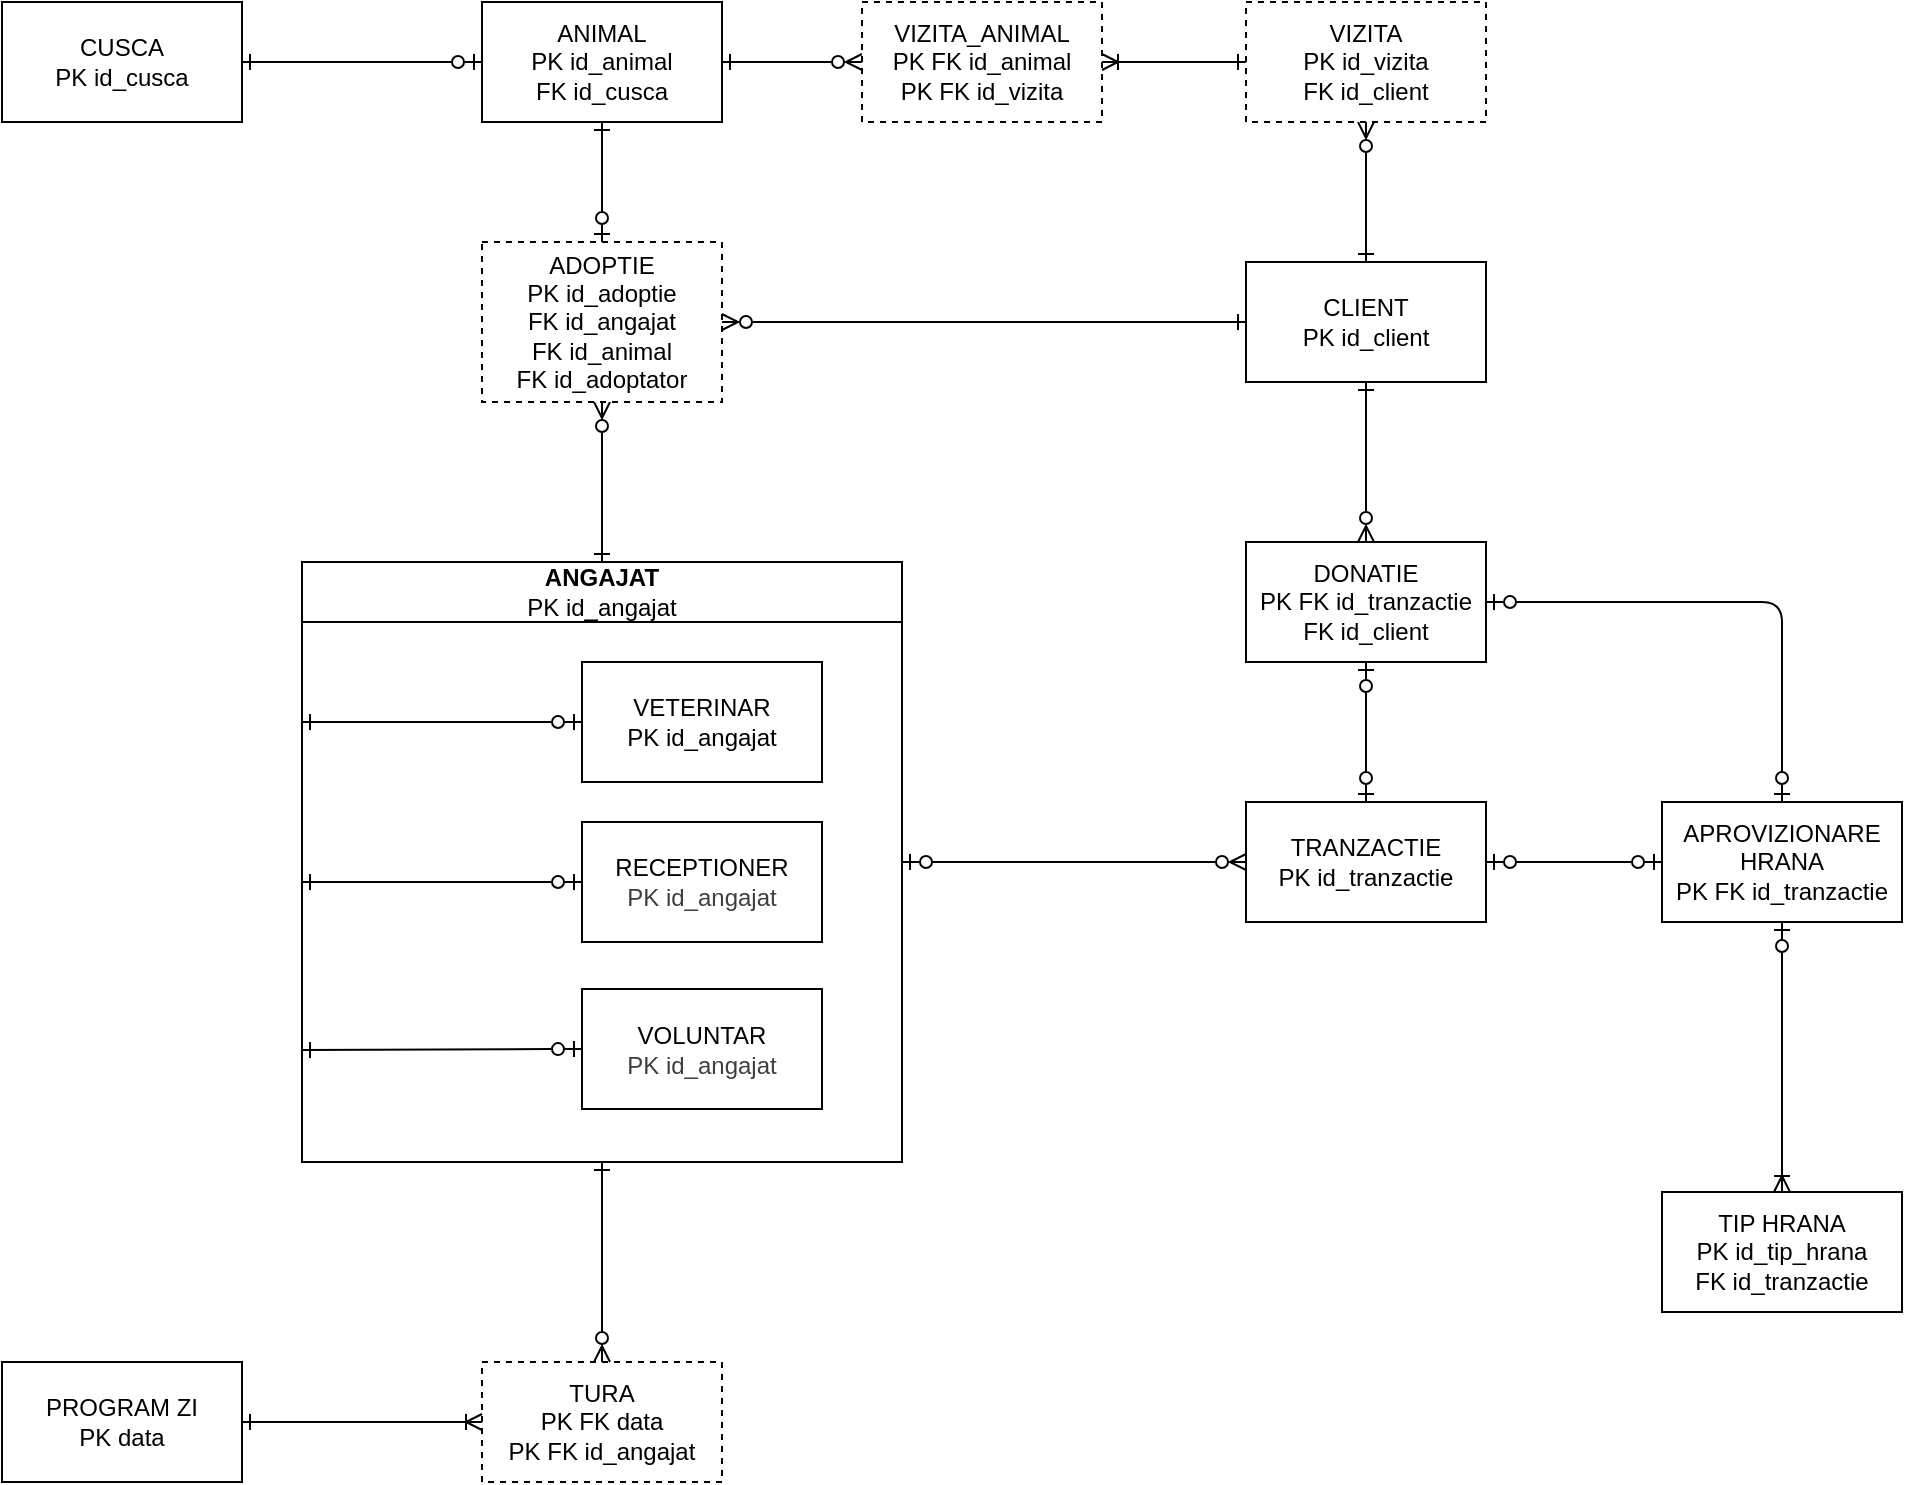
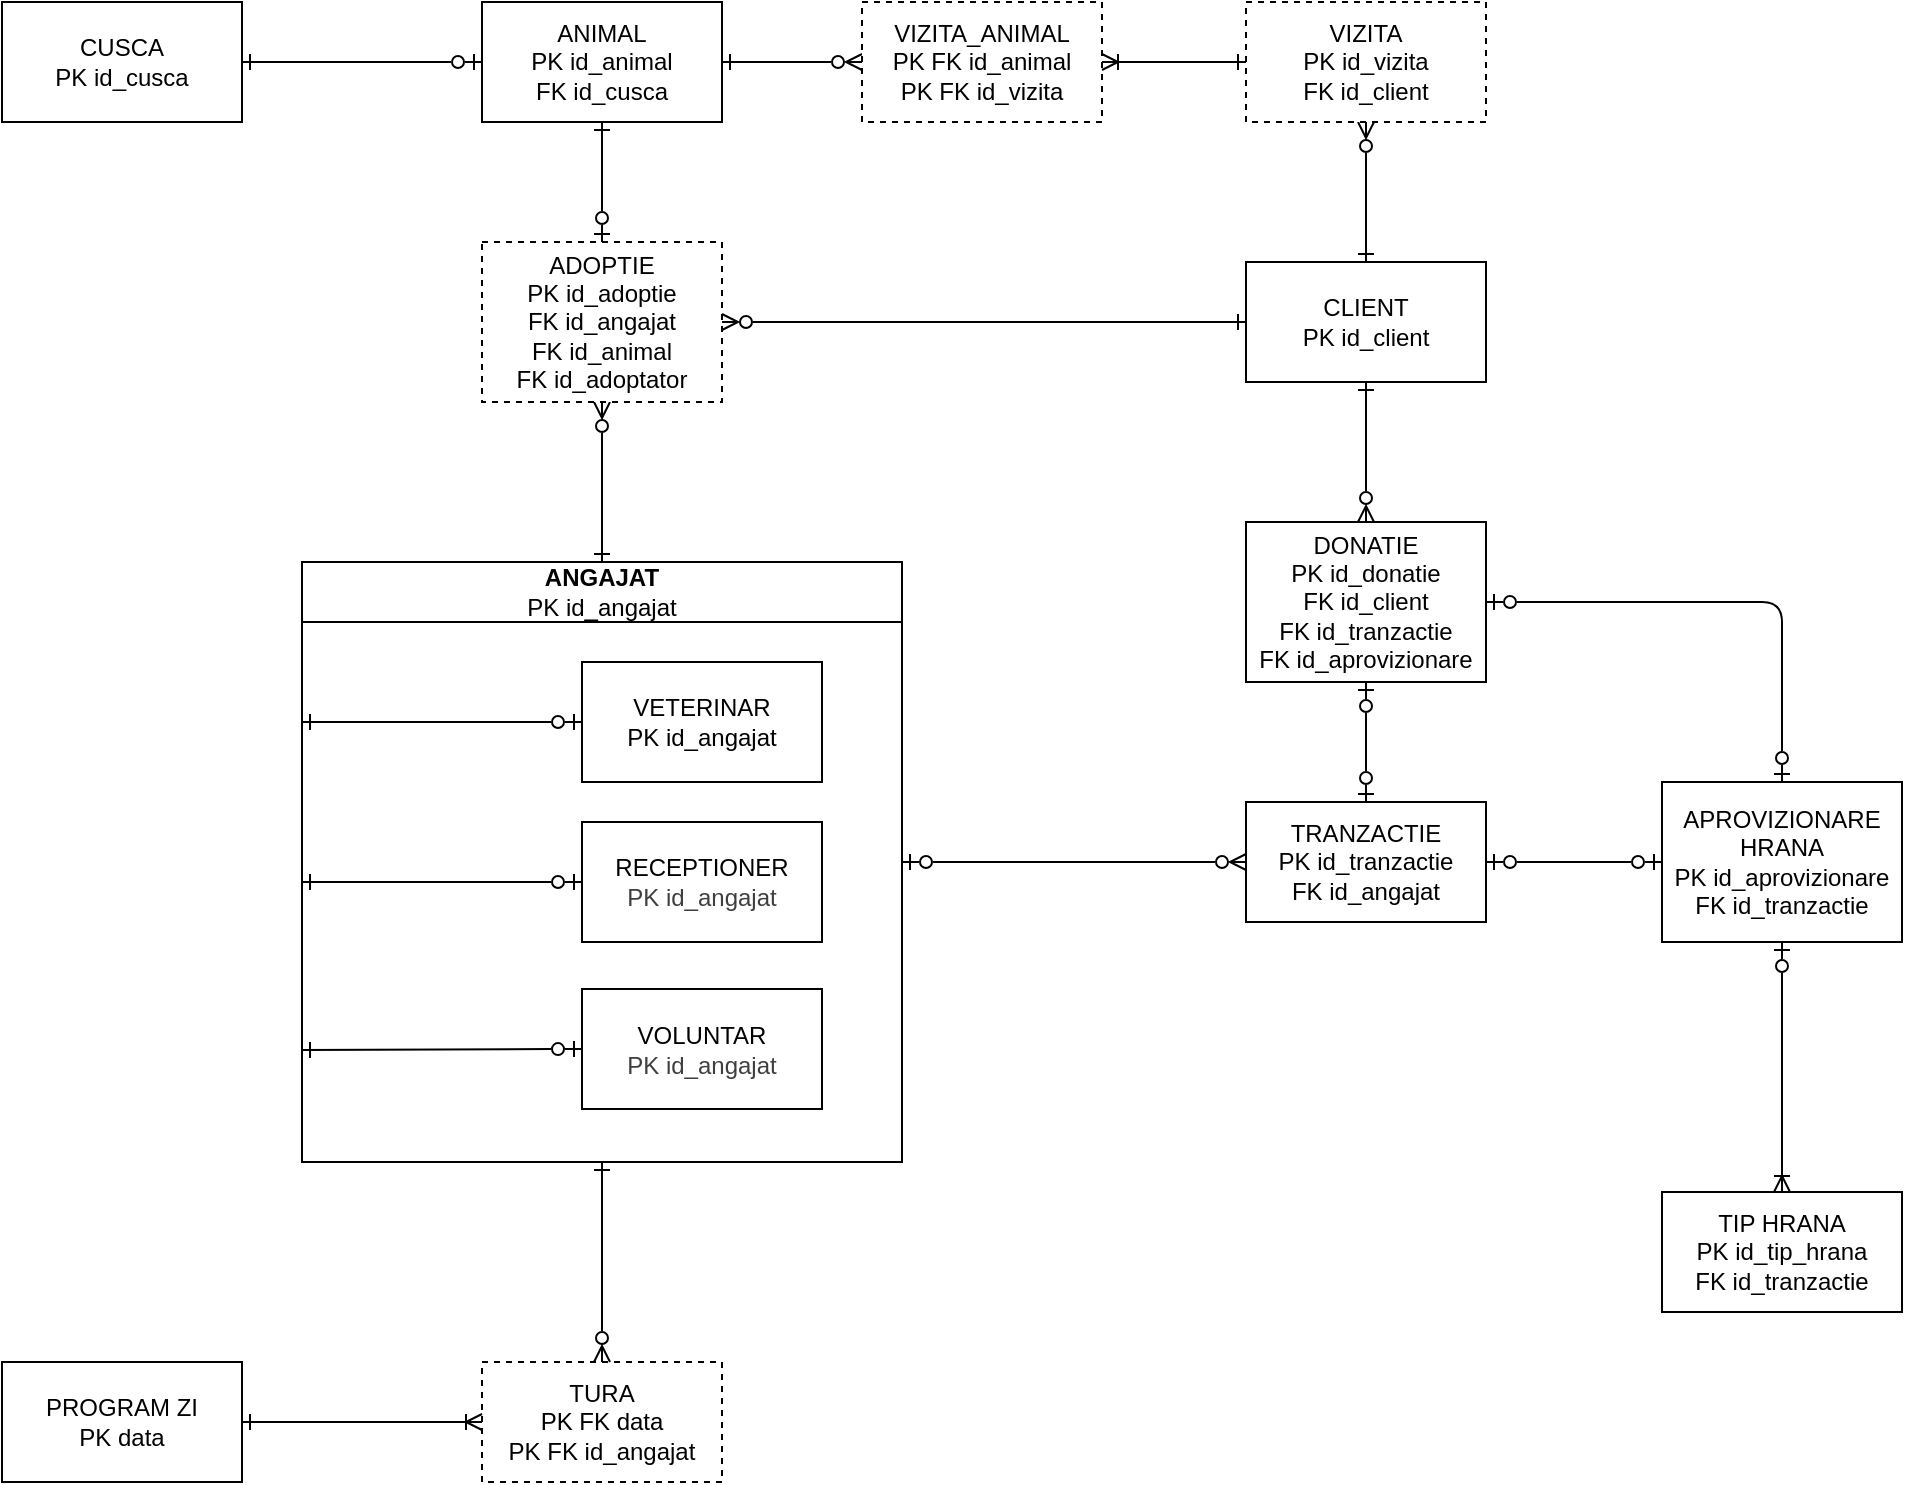
<mxfile host="65bd71144e">
    <diagram id="A1t5_ixmi6wKDEfljeF3" name="Page-1">
-         <mxGraphModel dx="686" dy="499" grid="1" gridSize="10" guides="1" tooltips="1" connect="1" arrows="1" fold="1" page="1" pageScale="1" pageWidth="1169" pageHeight="827" math="0" shadow="0">
+         <mxGraphModel dx="361" dy="254" grid="1" gridSize="10" guides="1" tooltips="1" connect="1" arrows="1" fold="1" page="1" pageScale="1" pageWidth="1169" pageHeight="827" math="0" shadow="0">
            <root>
                <mxCell id="0"/>
                <mxCell id="1" parent="0"/>
                <mxCell id="14" value="ANIMAL&lt;div&gt;PK id_animal&lt;/div&gt;&lt;div&gt;FK id_cusca&lt;/div&gt;" style="rounded=0;whiteSpace=wrap;html=1;" parent="1" vertex="1">
                    <mxGeometry x="440" y="60" width="120" height="60" as="geometry"/>
                </mxCell>
                <mxCell id="17" value="&lt;div&gt;&lt;font color=&quot;#000000&quot;&gt;CLIENT&lt;/font&gt;&lt;/div&gt;&lt;div&gt;PK id_client&lt;/div&gt;" style="rounded=0;whiteSpace=wrap;html=1;" parent="1" vertex="1">
                    <mxGeometry x="822" y="190" width="120" height="60" as="geometry"/>
                </mxCell>
                <mxCell id="41" value="" style="group" parent="1" vertex="1" connectable="0">
                    <mxGeometry x="350" y="340" width="300" height="300" as="geometry"/>
                </mxCell>
                <mxCell id="16" value="ANGAJAT&lt;div&gt;&lt;span style=&quot;font-weight: normal;&quot;&gt;PK id_angajat&lt;/span&gt;&lt;/div&gt;" style="swimlane;whiteSpace=wrap;html=1;container=0;startSize=30;" parent="41" vertex="1">
                    <mxGeometry width="300" height="300" as="geometry">
                        <mxRectangle x="280" y="160" width="90" height="30" as="alternateBounds"/>
                    </mxGeometry>
                </mxCell>
                <mxCell id="31" value="" style="endArrow=ERzeroToOne;html=1;entryX=0;entryY=0.5;entryDx=0;entryDy=0;endFill=0;startArrow=ERone;startFill=0;" parent="41" target="21" edge="1">
                    <mxGeometry relative="1" as="geometry">
                        <mxPoint y="244" as="sourcePoint"/>
                        <mxPoint x="170" y="130" as="targetPoint"/>
                    </mxGeometry>
                </mxCell>
                <mxCell id="35" value="" style="endArrow=ERzeroToOne;html=1;entryX=0;entryY=0.5;entryDx=0;entryDy=0;endFill=0;startArrow=ERone;startFill=0;" parent="41" target="19" edge="1">
                    <mxGeometry relative="1" as="geometry">
                        <mxPoint y="80" as="sourcePoint"/>
                        <mxPoint x="170" y="130" as="targetPoint"/>
                        <Array as="points">
                            <mxPoint y="80"/>
                        </Array>
                    </mxGeometry>
                </mxCell>
                <mxCell id="19" value="VETERINAR&lt;div&gt;PK id_angajat&lt;/div&gt;" style="rounded=0;whiteSpace=wrap;html=1;container=0;" parent="41" vertex="1">
                    <mxGeometry x="140" y="50" width="120" height="60" as="geometry"/>
                </mxCell>
                <mxCell id="20" value="RECEPTIONER&lt;div&gt;&lt;span style=&quot;color: rgb(63, 63, 63);&quot;&gt;PK id_angajat&lt;/span&gt;&lt;/div&gt;" style="rounded=0;whiteSpace=wrap;html=1;container=0;" parent="41" vertex="1">
                    <mxGeometry x="140" y="130" width="120" height="60" as="geometry"/>
                </mxCell>
                <mxCell id="21" value="VOLUNTAR&lt;div&gt;&lt;span style=&quot;color: rgb(63, 63, 63);&quot;&gt;PK id_angajat&lt;/span&gt;&lt;/div&gt;" style="rounded=0;whiteSpace=wrap;html=1;container=0;" parent="41" vertex="1">
                    <mxGeometry x="140" y="213.5" width="120" height="60" as="geometry"/>
                </mxCell>
                <mxCell id="27" value="" style="endArrow=ERzeroToOne;html=1;entryX=0;entryY=0.5;entryDx=0;entryDy=0;endFill=0;startArrow=ERone;startFill=0;" parent="41" target="20" edge="1">
                    <mxGeometry relative="1" as="geometry">
                        <mxPoint y="160" as="sourcePoint"/>
                        <mxPoint x="160" y="170" as="targetPoint"/>
                    </mxGeometry>
                </mxCell>
                <mxCell id="42" value="TURA&lt;div&gt;PK FK data&lt;/div&gt;&lt;div&gt;PK FK id_angajat&lt;/div&gt;" style="rounded=0;whiteSpace=wrap;html=1;dashed=1;" parent="1" vertex="1">
                    <mxGeometry x="440" y="740" width="120" height="60" as="geometry"/>
                </mxCell>
                <mxCell id="44" value="CUSCA&lt;div&gt;PK id_cusca&lt;/div&gt;" style="rounded=0;whiteSpace=wrap;html=1;" parent="1" vertex="1">
                    <mxGeometry x="200" y="60" width="120" height="60" as="geometry"/>
                </mxCell>
                <mxCell id="45" value="" style="endArrow=ERzeroToMany;html=1;entryX=0.5;entryY=1;entryDx=0;entryDy=0;exitX=0.5;exitY=0;exitDx=0;exitDy=0;edgeStyle=orthogonalEdgeStyle;elbow=vertical;endFill=0;startArrow=ERone;startFill=0;" parent="1" source="16" target="91" edge="1">
                    <mxGeometry relative="1" as="geometry">
                        <mxPoint x="370" y="400" as="sourcePoint"/>
                        <mxPoint x="500" y="260" as="targetPoint"/>
                    </mxGeometry>
                </mxCell>
                <mxCell id="49" value="" style="endArrow=ERzeroToMany;html=1;entryX=0.5;entryY=0;entryDx=0;entryDy=0;exitX=0.5;exitY=1;exitDx=0;exitDy=0;endFill=0;startArrow=ERone;startFill=0;" parent="1" source="16" target="42" edge="1">
                    <mxGeometry relative="1" as="geometry">
                        <mxPoint x="90" y="524" as="sourcePoint"/>
                        <mxPoint x="250" y="524" as="targetPoint"/>
                    </mxGeometry>
                </mxCell>
                <mxCell id="54" value="" style="endArrow=ERone;html=1;exitX=1;exitY=0.5;exitDx=0;exitDy=0;entryX=0;entryY=0.5;entryDx=0;entryDy=0;endFill=0;startArrow=ERzeroToMany;startFill=0;" parent="1" source="91" target="17" edge="1">
                    <mxGeometry relative="1" as="geometry">
                        <mxPoint x="590" y="220" as="sourcePoint"/>
                        <mxPoint x="530" y="400" as="targetPoint"/>
                    </mxGeometry>
                </mxCell>
                <mxCell id="58" value="" style="endArrow=ERzeroToOne;html=1;exitX=0.5;exitY=1;exitDx=0;exitDy=0;entryX=0.5;entryY=0;entryDx=0;entryDy=0;endFill=0;startArrow=ERone;startFill=0;" parent="1" source="14" target="91" edge="1">
                    <mxGeometry relative="1" as="geometry">
                        <mxPoint x="370" y="400" as="sourcePoint"/>
                        <mxPoint x="500" y="180" as="targetPoint"/>
                    </mxGeometry>
                </mxCell>
                <mxCell id="62" value="" style="endArrow=ERzeroToOne;html=1;exitX=1;exitY=0.5;exitDx=0;exitDy=0;entryX=0;entryY=0.5;entryDx=0;entryDy=0;endFill=0;startArrow=ERone;startFill=0;" parent="1" source="44" target="14" edge="1">
                    <mxGeometry relative="1" as="geometry">
                        <mxPoint x="370" y="400" as="sourcePoint"/>
                        <mxPoint x="530" y="400" as="targetPoint"/>
                    </mxGeometry>
                </mxCell>
                <mxCell id="72" value="" style="endArrow=ERone;html=1;entryX=0.5;entryY=0;entryDx=0;entryDy=0;endFill=0;exitX=0.5;exitY=1;exitDx=0;exitDy=0;startArrow=ERzeroToMany;startFill=0;" parent="1" source="90" target="17" edge="1">
                    <mxGeometry relative="1" as="geometry">
                        <mxPoint x="1102" y="190" as="sourcePoint"/>
                        <mxPoint x="682" y="490" as="targetPoint"/>
                    </mxGeometry>
                </mxCell>
                <mxCell id="78" value="" style="endArrow=ERzeroToMany;html=1;exitX=1;exitY=0.5;exitDx=0;exitDy=0;endFill=0;entryX=0;entryY=0.5;entryDx=0;entryDy=0;startArrow=ERone;startFill=0;" parent="1" source="14" target="92" edge="1">
                    <mxGeometry relative="1" as="geometry">
                        <mxPoint x="670" y="89.55000000000001" as="sourcePoint"/>
                        <mxPoint x="900" y="100" as="targetPoint"/>
                        <Array as="points"/>
                    </mxGeometry>
                </mxCell>
                <mxCell id="83" value="PROGRAM ZI&lt;div&gt;PK data&lt;/div&gt;" style="rounded=0;whiteSpace=wrap;html=1;" parent="1" vertex="1">
                    <mxGeometry x="200" y="740" width="120" height="60" as="geometry"/>
                </mxCell>
                <mxCell id="84" value="" style="endArrow=ERoneToMany;html=1;exitX=1;exitY=0.5;exitDx=0;exitDy=0;entryX=0;entryY=0.5;entryDx=0;entryDy=0;endFill=0;startArrow=ERone;startFill=0;" parent="1" source="83" target="42" edge="1">
                    <mxGeometry relative="1" as="geometry">
                        <mxPoint x="440" y="710" as="sourcePoint"/>
                        <mxPoint x="600" y="710" as="targetPoint"/>
                    </mxGeometry>
                </mxCell>
                <mxCell id="90" value="VIZITA&lt;div&gt;PK id_vizita&lt;/div&gt;&lt;div&gt;FK id_client&lt;/div&gt;" style="rounded=0;whiteSpace=wrap;html=1;dashed=1;" parent="1" vertex="1">
                    <mxGeometry x="822" y="60" width="120" height="60" as="geometry"/>
                </mxCell>
                <mxCell id="91" value="ADOPTIE&lt;div&gt;PK id_adoptie&lt;/div&gt;&lt;div&gt;FK id_angajat&lt;/div&gt;&lt;div&gt;FK id_animal&lt;/div&gt;&lt;div&gt;FK id_adoptator&lt;/div&gt;" style="rounded=0;whiteSpace=wrap;html=1;dashed=1;" parent="1" vertex="1">
                    <mxGeometry x="440" y="180" width="120" height="80" as="geometry"/>
                </mxCell>
                <mxCell id="92" value="VIZITA_ANIMAL&lt;div&gt;PK FK id_animal&lt;/div&gt;&lt;div&gt;PK FK id_vizita&lt;/div&gt;" style="rounded=0;whiteSpace=wrap;html=1;dashed=1;" parent="1" vertex="1">
                    <mxGeometry x="630" y="60" width="120" height="60" as="geometry"/>
                </mxCell>
                <mxCell id="93" value="" style="endArrow=ERone;html=1;entryX=0;entryY=0.5;entryDx=0;entryDy=0;exitX=1;exitY=0.5;exitDx=0;exitDy=0;endFill=0;startArrow=ERoneToMany;startFill=0;" parent="1" source="92" target="90" edge="1">
                    <mxGeometry relative="1" as="geometry">
                        <mxPoint x="550" y="160" as="sourcePoint"/>
                        <mxPoint x="710" y="160" as="targetPoint"/>
                    </mxGeometry>
                </mxCell>
-                 <mxCell id="96" value="TRANZACTIE&lt;div&gt;PK id_tranzactie&lt;/div&gt;" style="rounded=0;whiteSpace=wrap;html=1;" vertex="1" parent="1">
+                 <mxCell id="96" value="TRANZACTIE&lt;div&gt;PK id_tranzactie&lt;/div&gt;&lt;div&gt;FK id_angajat&lt;/div&gt;" style="rounded=0;whiteSpace=wrap;html=1;" parent="1" vertex="1">
                    <mxGeometry x="822" y="460" width="120" height="60" as="geometry"/>
                </mxCell>
-                 <mxCell id="97" value="" style="endArrow=ERzeroToMany;html=1;exitX=1;exitY=0.5;exitDx=0;exitDy=0;entryX=0;entryY=0.5;entryDx=0;entryDy=0;endFill=0;startArrow=ERzeroToOne;startFill=0;" edge="1" parent="1" target="96" source="16">
+                 <mxCell id="97" value="" style="endArrow=ERzeroToMany;html=1;exitX=1;exitY=0.5;exitDx=0;exitDy=0;entryX=0;entryY=0.5;entryDx=0;entryDy=0;endFill=0;startArrow=ERzeroToOne;startFill=0;" parent="1" source="16" target="96" edge="1">
                    <mxGeometry relative="1" as="geometry">
                        <mxPoint x="699" y="535" as="sourcePoint"/>
                        <mxPoint x="809" y="275" as="targetPoint"/>
                    </mxGeometry>
                </mxCell>
-                 <mxCell id="101" value="DONATIE&lt;div&gt;PK FK id_tranzactie&lt;/div&gt;&lt;div&gt;FK id_client&lt;/div&gt;" style="rounded=0;whiteSpace=wrap;html=1;" vertex="1" parent="1">
-                     <mxGeometry x="822" y="330" width="120" height="60" as="geometry"/>
+                 <mxCell id="101" value="DONATIE&lt;div&gt;PK id_donatie&lt;/div&gt;&lt;div&gt;FK id_client&lt;/div&gt;&lt;div&gt;FK id_tranzactie&lt;/div&gt;&lt;div&gt;FK id_aprovizionare&lt;/div&gt;" style="rounded=0;whiteSpace=wrap;html=1;" parent="1" vertex="1">
+                     <mxGeometry x="822" y="320" width="120" height="80" as="geometry"/>
                </mxCell>
-                 <mxCell id="102" value="APROVIZIONARE&lt;div&gt;HRANA&lt;/div&gt;&lt;div&gt;PK FK id_tranzactie&lt;/div&gt;" style="rounded=0;whiteSpace=wrap;html=1;" vertex="1" parent="1">
-                     <mxGeometry x="1030" y="460" width="120" height="60" as="geometry"/>
+                 <mxCell id="102" value="APROVIZIONARE&lt;div&gt;HRANA&lt;/div&gt;&lt;div&gt;PK id_aprovizionare&lt;/div&gt;&lt;div&gt;FK id_tranzactie&lt;/div&gt;" style="rounded=0;whiteSpace=wrap;html=1;" parent="1" vertex="1">
+                     <mxGeometry x="1030" y="450" width="120" height="80" as="geometry"/>
                </mxCell>
-                 <mxCell id="103" value="TIP HRANA&lt;div&gt;PK id_tip_hrana&lt;/div&gt;&lt;div&gt;FK id_tranzactie&lt;/div&gt;" style="rounded=0;whiteSpace=wrap;html=1;" vertex="1" parent="1">
+                 <mxCell id="103" value="TIP HRANA&lt;div&gt;PK id_tip_hrana&lt;/div&gt;&lt;div&gt;FK id_tranzactie&lt;/div&gt;" style="rounded=0;whiteSpace=wrap;html=1;" parent="1" vertex="1">
                    <mxGeometry x="1030" y="655" width="120" height="60" as="geometry"/>
                </mxCell>
-                 <mxCell id="104" value="" style="endArrow=ERzeroToOne;html=1;exitX=0.5;exitY=1;exitDx=0;exitDy=0;endFill=0;startArrow=ERzeroToOne;startFill=0;entryX=0.5;entryY=0;entryDx=0;entryDy=0;" edge="1" parent="1" source="101" target="96">
+                 <mxCell id="104" value="" style="endArrow=ERzeroToOne;html=1;exitX=0.5;exitY=1;exitDx=0;exitDy=0;endFill=0;startArrow=ERzeroToOne;startFill=0;entryX=0.5;entryY=0;entryDx=0;entryDy=0;" parent="1" source="101" target="96" edge="1">
                    <mxGeometry relative="1" as="geometry">
                        <mxPoint x="709" y="545" as="sourcePoint"/>
                        <mxPoint x="859" y="505" as="targetPoint"/>
                    </mxGeometry>
                </mxCell>
-                 <mxCell id="107" value="" style="endArrow=ERzeroToOne;html=1;exitX=1;exitY=0.5;exitDx=0;exitDy=0;entryX=0;entryY=0.5;entryDx=0;entryDy=0;endFill=0;startArrow=ERzeroToOne;startFill=0;" edge="1" parent="1" source="96" target="102">
+                 <mxCell id="107" value="" style="endArrow=ERzeroToOne;html=1;exitX=1;exitY=0.5;exitDx=0;exitDy=0;entryX=0;entryY=0.5;entryDx=0;entryDy=0;endFill=0;startArrow=ERzeroToOne;startFill=0;" parent="1" source="96" target="102" edge="1">
                    <mxGeometry relative="1" as="geometry">
                        <mxPoint x="939" y="570" as="sourcePoint"/>
                        <mxPoint x="1039" y="570" as="targetPoint"/>
                    </mxGeometry>
                </mxCell>
-                 <mxCell id="111" value="" style="endArrow=ERoneToMany;html=1;entryX=0.5;entryY=0;entryDx=0;entryDy=0;endFill=0;exitX=0.5;exitY=1;exitDx=0;exitDy=0;startArrow=ERzeroToOne;startFill=0;" edge="1" parent="1" source="102" target="103">
+                 <mxCell id="111" value="" style="endArrow=ERoneToMany;html=1;entryX=0.5;entryY=0;entryDx=0;entryDy=0;endFill=0;exitX=0.5;exitY=1;exitDx=0;exitDy=0;startArrow=ERzeroToOne;startFill=0;" parent="1" source="102" target="103" edge="1">
                    <mxGeometry relative="1" as="geometry">
                        <mxPoint x="1110" y="635" as="sourcePoint"/>
                        <mxPoint x="930" y="395" as="targetPoint"/>
                    </mxGeometry>
                </mxCell>
-                 <mxCell id="114" value="" style="endArrow=ERzeroToOne;html=1;exitX=1;exitY=0.5;exitDx=0;exitDy=0;entryX=0.5;entryY=0;entryDx=0;entryDy=0;endFill=0;startArrow=ERzeroToOne;startFill=0;" edge="1" parent="1" source="101" target="102">
+                 <mxCell id="114" value="" style="endArrow=ERzeroToOne;html=1;exitX=1;exitY=0.5;exitDx=0;exitDy=0;entryX=0.5;entryY=0;entryDx=0;entryDy=0;endFill=0;startArrow=ERzeroToOne;startFill=0;" parent="1" source="101" target="102" edge="1">
                    <mxGeometry relative="1" as="geometry">
                        <mxPoint x="959" y="685" as="sourcePoint"/>
                        <mxPoint x="1089" y="685" as="targetPoint"/>
                        <Array as="points">
                            <mxPoint x="1090" y="360"/>
                        </Array>
                    </mxGeometry>
                </mxCell>
-                 <mxCell id="118" value="" style="endArrow=ERzeroToMany;html=1;entryX=0.5;entryY=0;entryDx=0;entryDy=0;endFill=0;exitX=0.5;exitY=1;exitDx=0;exitDy=0;startArrow=ERone;startFill=0;" edge="1" parent="1" target="101" source="17">
+                 <mxCell id="118" value="" style="endArrow=ERzeroToMany;html=1;entryX=0.5;entryY=0;entryDx=0;entryDy=0;endFill=0;exitX=0.5;exitY=1;exitDx=0;exitDy=0;startArrow=ERone;startFill=0;" parent="1" source="17" target="101" edge="1">
                    <mxGeometry relative="1" as="geometry">
                        <mxPoint x="859" y="295" as="sourcePoint"/>
                        <mxPoint x="869" y="245" as="targetPoint"/>
                    </mxGeometry>
                </mxCell>
            </root>
        </mxGraphModel>
    </diagram>
</mxfile>